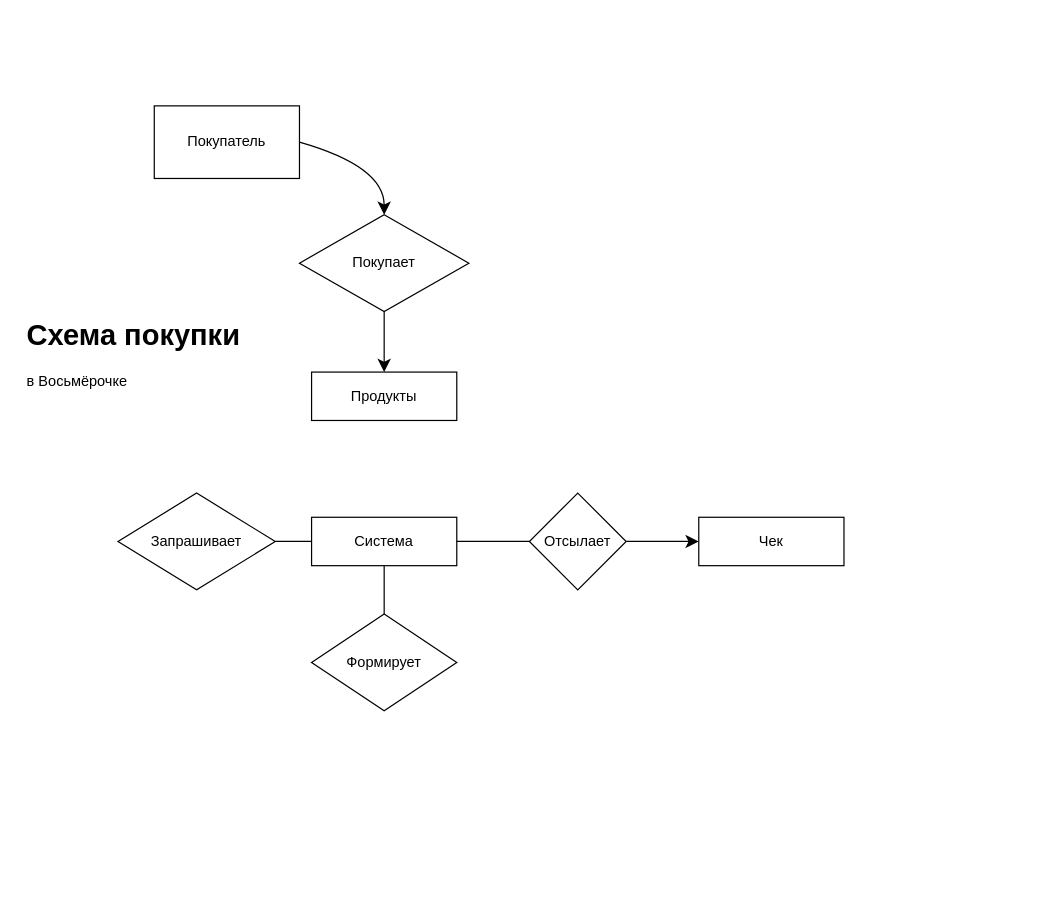
The draw.io diagram Диаграмма без названия.drawio in t0ster30/RoomLibraryStyopkin03PRd4310, before the edit. Source tidied: cells renumbered, new cells numbered last; positions are measured from the earlier drawing's top-left corner, leaving out a move shared by most shapes. Both pictures are drawn from the tidied source at 121%, with x=0, y=0 at pixel (21, 105).
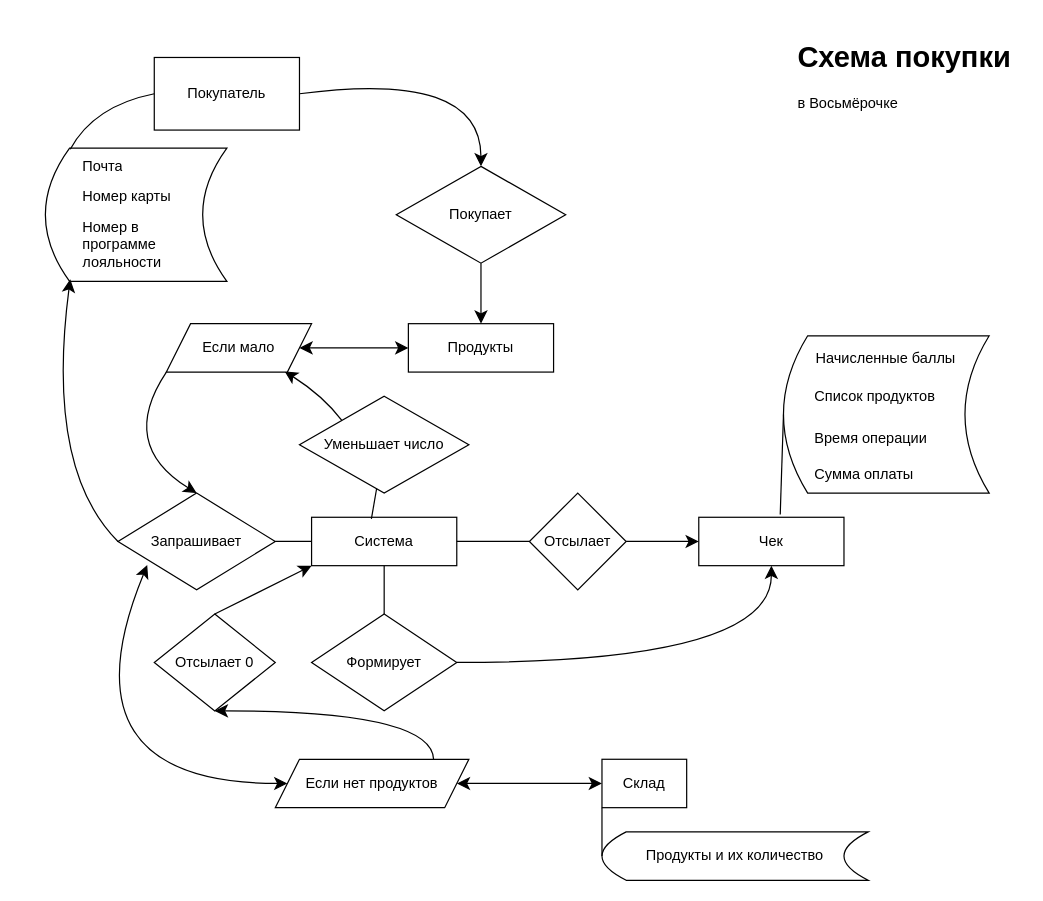
The same diagram, later.

Commit message:
finished diagram

The change refers to these unchanged cells:
```xml
<mxCell id="7" value="Система" style="rounded=0;whiteSpace=wrap;html=1;" parent="1" vertex="1">
  <mxGeometry x="240" y="340" width="120" height="40" as="geometry" />
</mxCell>
<mxCell id="10" value="Чек" style="rounded=0;whiteSpace=wrap;html=1;" parent="1" vertex="1">
  <mxGeometry x="560" y="340" width="120" height="40" as="geometry" />
</mxCell>
<mxCell id="11" value="Формирует" style="rhombus;whiteSpace=wrap;html=1;" parent="1" vertex="1">
  <mxGeometry x="240" y="420" width="120" height="80" as="geometry" />
</mxCell>
<mxCell id="15" value="Запрашивает" style="rhombus;whiteSpace=wrap;html=1;" parent="1" vertex="1">
  <mxGeometry x="80" y="320" width="130" height="80" as="geometry" />
</mxCell>
```

What changed in the source:
```diff
@@
     <mxCell id="2" value="Продукты" style="rounded=0;whiteSpace=wrap;html=1;" parent="1" vertex="1">
-      <mxGeometry x="240" y="220" width="120" height="40" as="geometry" />
+      <mxGeometry x="320" y="180" width="120" height="40" as="geometry" />
     </mxCell>
     <mxCell id="3" value="Покупает" style="rhombus;whiteSpace=wrap;html=1;" parent="1" vertex="1">
-      <mxGeometry x="230" y="90" width="140" height="80" as="geometry" />
+      <mxGeometry x="310" y="50" width="140" height="80" as="geometry" />
     </mxCell>
@@
     <mxCell id="5" value="Покупатель" style="rounded=0;whiteSpace=wrap;html=1;" parent="1" vertex="1">
-      <mxGeometry x="110" width="120" height="60" as="geometry" />
+      <mxGeometry x="110" y="-40" width="120" height="60" as="geometry" />
     </mxCell>
     <mxCell id="6" style="endArrow=classic;html=1;rounded=0;fontSize=12;startSize=8;endSize=8;curved=1;exitX=1;exitY=0.5;exitDx=0;exitDy=0;" parent="1" edge="1" source="5" target="3">
       <mxGeometry relative="1" as="geometry">
         <Array as="points">
-          <mxPoint x="300" y="50" />
+          <mxPoint x="380" y="-30" />
         </Array>
       </mxGeometry>
     </mxCell>
@@
     <mxCell id="13" value="&lt;h1&gt;Схема покупки&lt;/h1&gt;&lt;div&gt;в Восьмёрочке&lt;/div&gt;" style="text;html=1;spacing=5;spacingTop=-20;whiteSpace=wrap;overflow=hidden;rounded=0;" parent="1" vertex="1">
-      <mxGeometry y="170" width="190" height="120" as="geometry" />
+      <mxGeometry x="637" y="-60" width="190" height="120" as="geometry" />
     </mxCell>
@@
+    <mxCell id="17" style="shape=dataStorage;whiteSpace=wrap;html=1;fixedSize=1;" parent="1" vertex="1">
+      <mxGeometry x="20" y="35" width="150" height="110" as="geometry" />
+    </mxCell>
+    <mxCell id="18" value="Почта" style="text;strokeColor=none;fillColor=none;align=left;verticalAlign=middle;spacingLeft=4;spacingRight=4;overflow=hidden;whiteSpace=wrap;html=1;" parent="1" vertex="1">
+      <mxGeometry x="45" y="35" width="80" height="30" as="geometry" />
+    </mxCell>
+    <mxCell id="19" value="Номер карты" style="text;strokeColor=none;fillColor=none;align=left;verticalAlign=middle;spacingLeft=4;spacingRight=4;overflow=hidden;whiteSpace=wrap;html=1;" parent="1" vertex="1">
+      <mxGeometry x="45" y="60" width="100" height="30" as="geometry" />
+    </mxCell>
+    <mxCell id="20" value="Номер в программе лояльности" style="text;strokeColor=none;fillColor=none;align=left;verticalAlign=middle;spacingLeft=4;spacingRight=4;overflow=hidden;whiteSpace=wrap;html=1;" parent="1" vertex="1">
+      <mxGeometry x="45" y="90" width="100" height="50" as="geometry" />
+    </mxCell>
+    <mxCell id="21" style="endArrow=none;html=1;rounded=0;fontSize=12;startSize=8;endSize=8;curved=1;entryX=0;entryY=0.5;entryDx=0;entryDy=0;exitX=0.137;exitY=0.008;exitDx=0;exitDy=0;exitPerimeter=0;" parent="1" edge="1" source="17" target="5">
+      <mxGeometry relative="1" as="geometry">
+        <Array as="points">
+          <mxPoint x="60" />
+        </Array>
+      </mxGeometry>
+    </mxCell>
+    <mxCell id="22" style="endArrow=classic;html=1;rounded=0;fontSize=12;startSize=8;endSize=8;curved=1;exitX=1;exitY=0.5;exitDx=0;exitDy=0;entryX=0.5;entryY=1;entryDx=0;entryDy=0;" parent="1" edge="1" source="11" target="10">
+      <mxGeometry relative="1" as="geometry">
+        <Array as="points">
+          <mxPoint x="620" y="460" />
+        </Array>
+      </mxGeometry>
+    </mxCell>
+    <mxCell id="23" value="Уменьшает число" style="rhombus;whiteSpace=wrap;html=1;" parent="1" vertex="1">
+      <mxGeometry x="230" y="240" width="140" height="80" as="geometry" />
+    </mxCell>
+    <mxCell id="24" style="endArrow=none;html=1;rounded=0;fontSize=12;startSize=8;endSize=8;curved=1;exitX=0.412;exitY=0.034;exitDx=0;exitDy=0;exitPerimeter=0;" parent="1" edge="1" source="7" target="23">
+      <mxGeometry relative="1" as="geometry" />
+    </mxCell>
+    <mxCell id="25" style="endArrow=classic;html=1;rounded=0;fontSize=12;startSize=8;endSize=8;curved=1;exitX=0;exitY=0;exitDx=0;exitDy=0;entryX=0.814;entryY=0.983;entryDx=0;entryDy=0;entryPerimeter=0;" parent="1" edge="1" source="23" target="26">
+      <mxGeometry relative="1" as="geometry">
+        <Array as="points">
+          <mxPoint x="250" y="240" />
+        </Array>
+      </mxGeometry>
+    </mxCell>
+    <mxCell id="26" value="Если мало" style="shape=parallelogram;perimeter=parallelogramPerimeter;whiteSpace=wrap;html=1;fixedSize=1;" parent="1" vertex="1">
+      <mxGeometry x="120" y="180" width="120" height="40" as="geometry" />
+    </mxCell>
+    <mxCell id="27" value="Склад" style="rounded=0;whiteSpace=wrap;html=1;" parent="1" vertex="1">
+      <mxGeometry x="480" y="540" width="70" height="40" as="geometry" />
+    </mxCell>
+    <mxCell id="28" style="endArrow=classic;startArrow=classic;html=1;rounded=0;fontSize=12;startSize=8;endSize=8;curved=1;exitX=0.186;exitY=0.744;exitDx=0;exitDy=0;entryX=0;entryY=0.5;entryDx=0;entryDy=0;exitPerimeter=0;" parent="1" edge="1" source="15" target="40">
+      <mxGeometry relative="1" as="geometry">
+        <Array as="points">
+          <mxPoint x="30" y="560" />
+        </Array>
+      </mxGeometry>
+    </mxCell>
+    <mxCell id="29" style="endArrow=classic;startArrow=classic;html=1;rounded=0;fontSize=12;startSize=8;endSize=8;curved=1;exitX=1;exitY=0.5;exitDx=0;exitDy=0;entryX=0;entryY=0.5;entryDx=0;entryDy=0;" parent="1" edge="1" source="26" target="2">
+      <mxGeometry relative="1" as="geometry" />
+    </mxCell>
+    <mxCell id="30" style="endArrow=classic;html=1;rounded=0;fontSize=12;startSize=8;endSize=8;curved=1;exitX=0;exitY=1;exitDx=0;exitDy=0;entryX=0.5;entryY=0;entryDx=0;entryDy=0;" parent="1" edge="1" source="26" target="15">
+      <mxGeometry relative="1" as="geometry">
+        <Array as="points">
+          <mxPoint x="80" y="280" />
+        </Array>
+      </mxGeometry>
+    </mxCell>
+    <mxCell id="31" style="shape=dataStorage;whiteSpace=wrap;html=1;fixedSize=1;" parent="1" vertex="1">
+      <mxGeometry x="630" y="190" width="170" height="130" as="geometry" />
+    </mxCell>
+    <mxCell id="32" value="Список продуктов" style="text;strokeColor=none;fillColor=none;align=left;verticalAlign=middle;spacingLeft=4;spacingRight=4;overflow=hidden;whiteSpace=wrap;html=1;" parent="1" vertex="1">
+      <mxGeometry x="650" y="220" width="123" height="40" as="geometry" />
+    </mxCell>
+    <mxCell id="33" value="Время операции" style="text;strokeColor=none;fillColor=none;align=left;verticalAlign=middle;spacingLeft=4;spacingRight=4;overflow=hidden;whiteSpace=wrap;html=1;" parent="1" vertex="1">
+      <mxGeometry x="650" y="260" width="113" height="30" as="geometry" />
+    </mxCell>
+    <mxCell id="34" value="Сумма оплаты" style="text;strokeColor=none;fillColor=none;align=left;verticalAlign=middle;spacingLeft=4;spacingRight=4;overflow=hidden;whiteSpace=wrap;html=1;" parent="1" vertex="1">
+      <mxGeometry x="650" y="290" width="103" height="30" as="geometry" />
+    </mxCell>
+    <mxCell id="35" style="endArrow=none;html=1;rounded=0;fontSize=12;startSize=8;endSize=8;curved=1;entryX=0;entryY=0.5;entryDx=0;entryDy=0;exitX=0.561;exitY=-0.057;exitDx=0;exitDy=0;exitPerimeter=0;" parent="1" edge="1" source="10" target="31">
+      <mxGeometry relative="1" as="geometry" />
+    </mxCell>
+    <mxCell id="36" style="endArrow=classic;html=1;rounded=0;fontSize=12;startSize=8;endSize=8;curved=1;exitX=0;exitY=0.5;exitDx=0;exitDy=0;entryX=0.137;entryY=0.984;entryDx=0;entryDy=0;entryPerimeter=0;" parent="1" edge="1" source="15" target="17">
+      <mxGeometry relative="1" as="geometry">
+        <Array as="points">
+          <mxPoint x="20" y="300" />
+        </Array>
+      </mxGeometry>
+    </mxCell>
+    <mxCell id="37" value="Начисленные баллы" style="text;strokeColor=none;fillColor=none;align=left;verticalAlign=middle;spacingLeft=4;spacingRight=4;overflow=hidden;whiteSpace=wrap;html=1;" parent="1" vertex="1">
+      <mxGeometry x="651" y="194" width="129" height="30" as="geometry" />
+    </mxCell>
+    <mxCell id="38" value="Продукты и их количество" style="shape=dataStorage;whiteSpace=wrap;html=1;fixedSize=1;" parent="1" vertex="1">
+      <mxGeometry x="480" y="600" width="220" height="40" as="geometry" />
+    </mxCell>
+    <mxCell id="39" style="endArrow=none;html=1;rounded=0;fontSize=12;startSize=8;endSize=8;curved=1;exitX=0;exitY=0.5;exitDx=0;exitDy=0;entryX=0;entryY=1;entryDx=0;entryDy=0;" parent="1" edge="1" source="38" target="27">
+      <mxGeometry relative="1" as="geometry" />
+    </mxCell>
+    <mxCell id="40" value="Если нет продуктов" style="shape=parallelogram;perimeter=parallelogramPerimeter;whiteSpace=wrap;html=1;fixedSize=1;" parent="1" vertex="1">
+      <mxGeometry x="210" y="540" width="160" height="40" as="geometry" />
+    </mxCell>
+    <mxCell id="41" value="Отсылает 0" style="rhombus;whiteSpace=wrap;html=1;" parent="1" vertex="1">
+      <mxGeometry x="110" y="420" width="100" height="80" as="geometry" />
+    </mxCell>
+    <mxCell id="42" style="endArrow=classic;html=1;rounded=0;fontSize=12;startSize=8;endSize=8;curved=1;exitX=0.818;exitY=0.008;exitDx=0;exitDy=0;exitPerimeter=0;entryX=0.5;entryY=1;entryDx=0;entryDy=0;" parent="1" edge="1" source="40" target="41">
+      <mxGeometry relative="1" as="geometry">
+        <Array as="points">
+          <mxPoint x="340" y="500" />
+        </Array>
+      </mxGeometry>
+    </mxCell>
+    <mxCell id="43" style="endArrow=classic;startArrow=classic;html=1;rounded=0;fontSize=12;startSize=8;endSize=8;curved=1;exitX=0.938;exitY=0.5;exitDx=0;exitDy=0;entryX=0;entryY=0.5;entryDx=0;entryDy=0;exitPerimeter=0;" parent="1" edge="1" source="40" target="27">
+      <mxGeometry relative="1" as="geometry" />
+    </mxCell>
+    <mxCell id="44" style="endArrow=classic;html=1;rounded=0;fontSize=12;startSize=8;endSize=8;curved=1;entryX=0;entryY=1;entryDx=0;entryDy=0;exitX=0.5;exitY=0;exitDx=0;exitDy=0;" parent="1" edge="1" source="41" target="7">
+      <mxGeometry relative="1" as="geometry" />
+    </mxCell>
```
